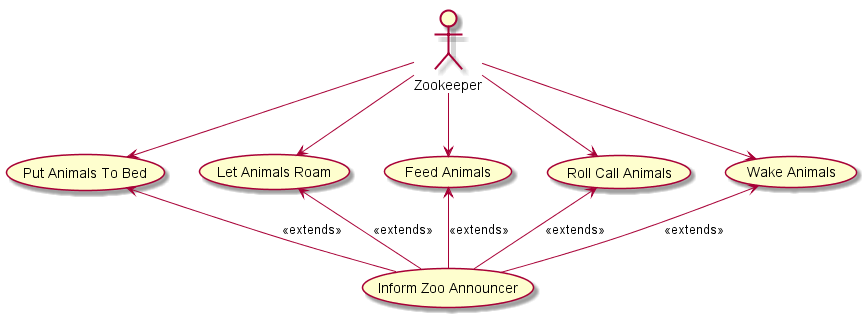
The PlantUML diagram Q5/Q5-With-Observer.png in AbhiniveshP/OOAD-Project-2, before a commit.
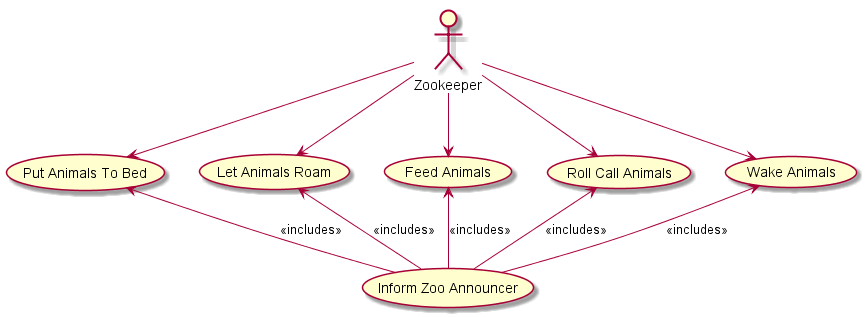
After the change.

Commit message:
Altered answer to Q5

Change to the diagram source:
```diff
@@ -6,10 +6,10 @@
 Zookeeper -down-> (Let Animals Roam)
 Zookeeper -down-> (Put Animals To Bed)
 
-(Inform Zoo Announcer) -up-> (Wake Animals) : <<extends>>
-(Inform Zoo Announcer) -up-> (Roll Call Animals) : <<extends>>
-(Inform Zoo Announcer) -up-> (Feed Animals) : <<extends>>
-(Inform Zoo Announcer) -up-> (Let Animals Roam) : <<extends>>
-(Inform Zoo Announcer) -up-> (Put Animals To Bed) : <<extends>>
+(Inform Zoo Announcer) -up-> (Wake Animals) : <<includes>>
+(Inform Zoo Announcer) -up-> (Roll Call Animals) : <<includes>>
+(Inform Zoo Announcer) -up-> (Feed Animals) : <<includes>>
+(Inform Zoo Announcer) -up-> (Let Animals Roam) : <<includes>>
+(Inform Zoo Announcer) -up-> (Put Animals To Bed) : <<includes>>
 
 @enduml
```
